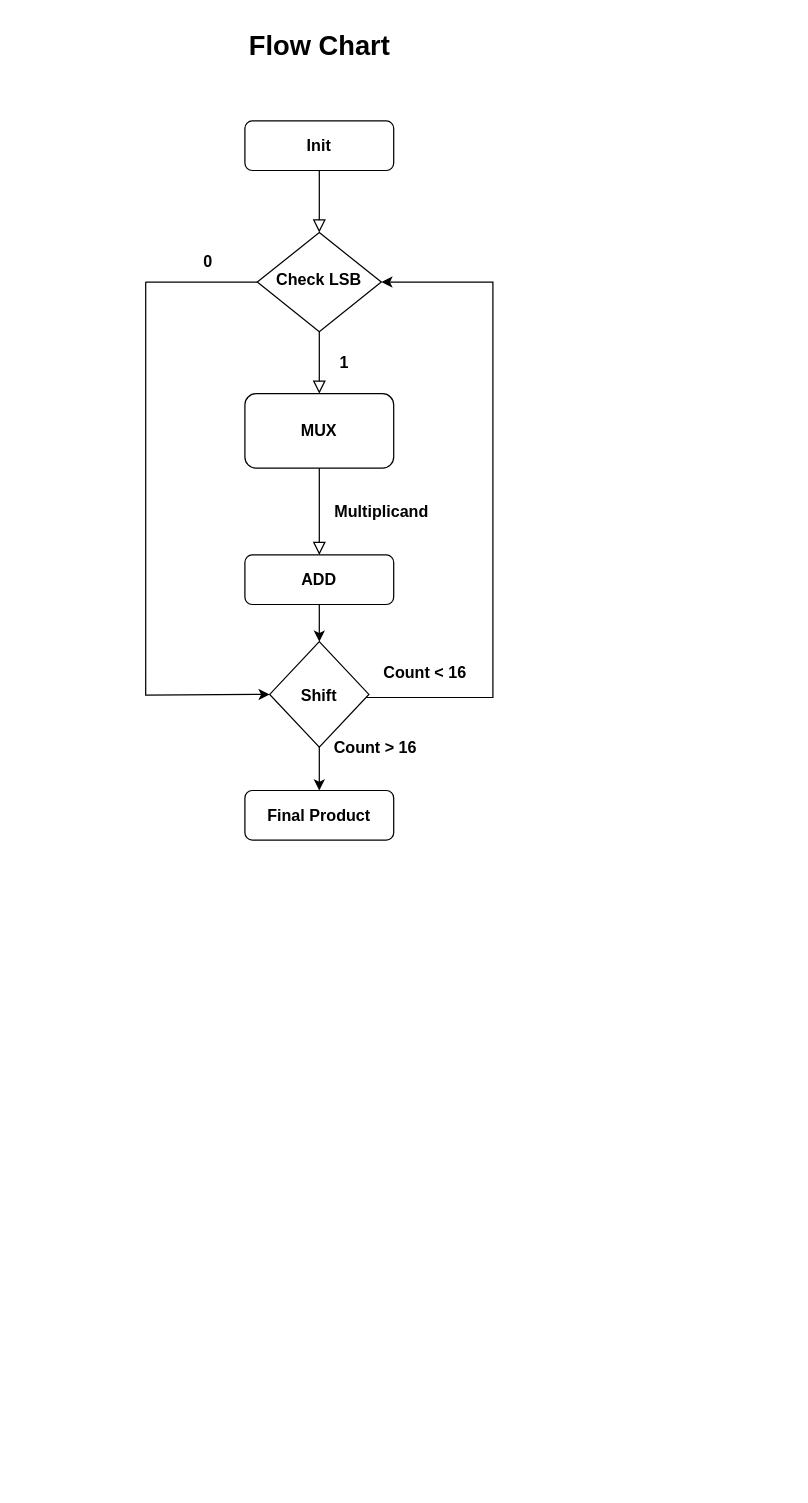
Hamzaweb49/seqmultiplier keeps this draw.io diagram as SeqMul.drawio. Above is the earlier version. Source tidied: cells renumbered, new cells numbered last; positions are measured from the earlier drawing's top-left corner, leaving out a move shared by most shapes. Both pictures are drawn from the tidied source at 124%, with x=0, y=0 at pixel (145, 21).
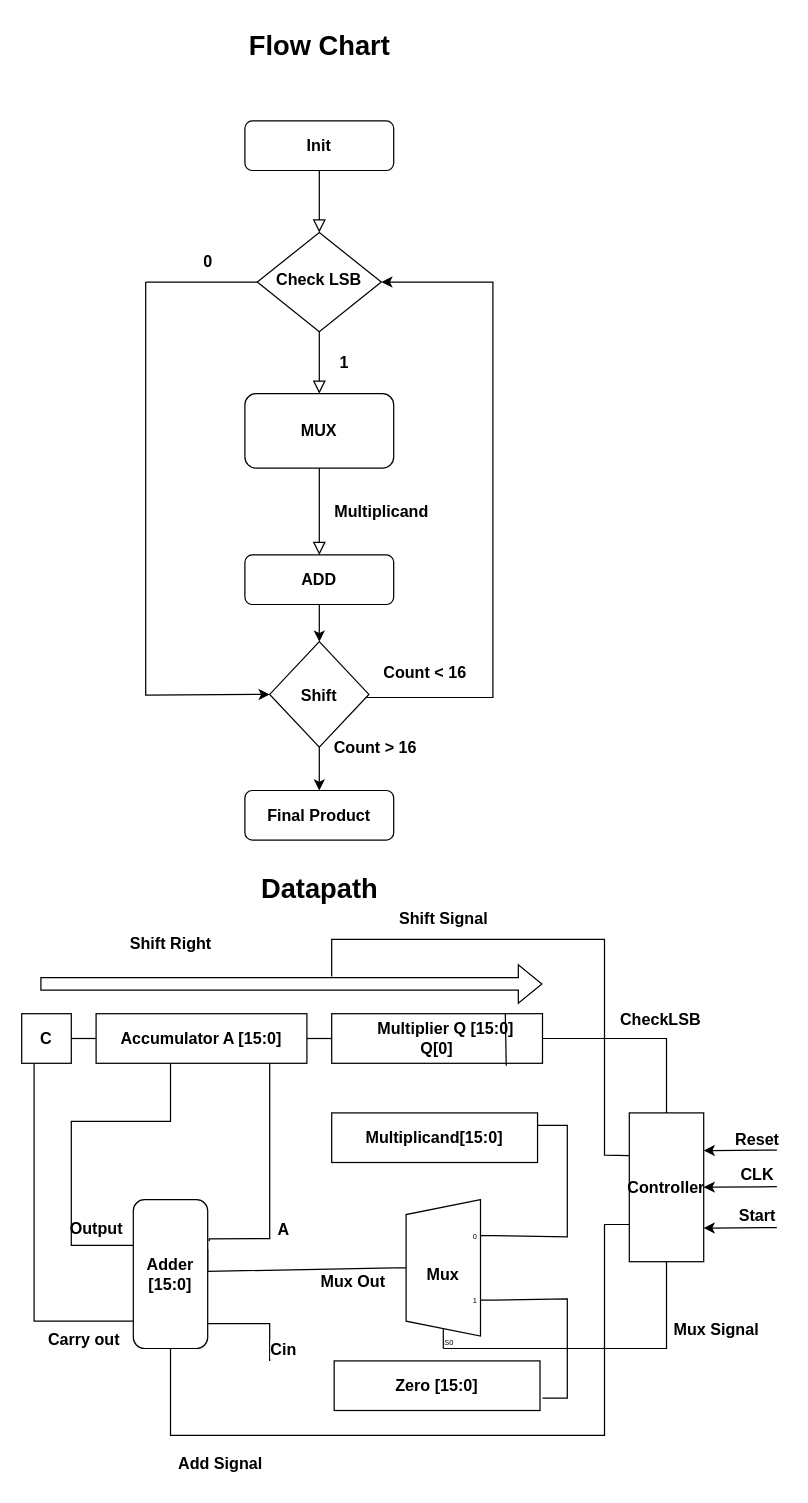
Above is the later version.

Commit message:
Added Datapath diagram

Diff of the diagram source:
```diff
@@
+    <mxCell id="21" value="&lt;b&gt;&lt;font style=&quot;font-size: 22px;&quot;&gt;Datapath&lt;/font&gt;&lt;/b&gt;" style="text;html=1;align=center;verticalAlign=middle;strokeColor=none;fillColor=none;" parent="1" vertex="1">
+      <mxGeometry x="80" y="680" width="120" height="40" as="geometry" />
+    </mxCell>
+    <mxCell id="22" value="&lt;b&gt;&lt;font style=&quot;font-size: 13px;&quot;&gt;C&lt;/font&gt;&lt;/b&gt;" style="rounded=0;whiteSpace=wrap;html=1;" parent="1" vertex="1">
+      <mxGeometry x="-100" y="800" width="40" height="40" as="geometry" />
+    </mxCell>
+    <mxCell id="23" value="&lt;b&gt;&lt;font style=&quot;font-size: 13px;&quot;&gt;Accumulator A [15:0]&lt;/font&gt;&lt;/b&gt;" style="rounded=0;whiteSpace=wrap;html=1;" parent="1" vertex="1">
+      <mxGeometry x="-40" y="800" width="170" height="40" as="geometry" />
+    </mxCell>
+    <mxCell id="24" value="&lt;b&gt;&lt;font style=&quot;font-size: 13px;&quot;&gt;&amp;nbsp; &amp;nbsp; &amp;nbsp; &amp;nbsp;Multiplier Q [15:0]&amp;nbsp; &amp;nbsp; Q[0]&lt;/font&gt;&lt;/b&gt;" style="rounded=0;whiteSpace=wrap;html=1;" parent="1" vertex="1">
+      <mxGeometry x="150" y="800" width="170" height="40" as="geometry" />
+    </mxCell>
+    <mxCell id="25" style="endArrow=none;html=1;rounded=0;exitX=0.828;exitY=1.05;exitDx=0;exitDy=0;exitPerimeter=0;" parent="1" edge="1" source="24">
+      <mxGeometry relative="1" as="geometry">
+        <mxPoint x="290" y="800" as="targetPoint" />
+      </mxGeometry>
+    </mxCell>
+    <mxCell id="26" style="endArrow=none;html=1;rounded=0;" parent="1" edge="1">
+      <mxGeometry relative="1" as="geometry">
+        <mxPoint x="320" y="820" as="sourcePoint" />
+        <mxPoint x="420" y="880" as="targetPoint" />
+        <Array as="points">
+          <mxPoint x="420" y="820" />
+        </Array>
+      </mxGeometry>
+    </mxCell>
+    <mxCell id="27" value="&lt;b&gt;&lt;font style=&quot;font-size: 13px;&quot;&gt;Controller&lt;/font&gt;&lt;/b&gt;" style="rounded=0;whiteSpace=wrap;html=1;direction=south;" parent="1" vertex="1">
+      <mxGeometry x="390" y="880" width="60" height="120" as="geometry" />
+    </mxCell>
+    <mxCell id="28" style="endArrow=none;html=1;rounded=0;exitX=1;exitY=0.5;exitDx=0;exitDy=0;" parent="1" edge="1" source="23">
+      <mxGeometry relative="1" as="geometry">
+        <mxPoint x="150" y="820" as="targetPoint" />
+      </mxGeometry>
+    </mxCell>
+    <mxCell id="29" style="endArrow=none;html=1;rounded=0;exitX=1;exitY=0.5;exitDx=0;exitDy=0;" parent="1" edge="1" source="22">
+      <mxGeometry relative="1" as="geometry">
+        <mxPoint x="-40" y="820" as="targetPoint" />
+      </mxGeometry>
+    </mxCell>
+    <mxCell id="30" style="endArrow=none;html=1;rounded=0;" parent="1" edge="1">
+      <mxGeometry relative="1" as="geometry">
+        <mxPoint x="240" y="1070" as="sourcePoint" />
+        <mxPoint x="420" y="1000" as="targetPoint" />
+        <Array as="points">
+          <mxPoint x="420" y="1070" />
+        </Array>
+      </mxGeometry>
+    </mxCell>
+    <mxCell id="31" value="&lt;font style=&quot;font-size: 13px;&quot;&gt;&lt;b&gt;Mux&lt;/b&gt;&lt;/font&gt;" style="shadow=0;dashed=0;align=center;html=1;strokeWidth=1;shape=mxgraph.electrical.abstract.mux2;operation=demux;whiteSpace=wrap;" parent="1" vertex="1">
+      <mxGeometry x="200" y="950" width="80" height="120" as="geometry" />
+    </mxCell>
+    <mxCell id="32" value="&lt;b&gt;&lt;font style=&quot;font-size: 13px;&quot;&gt;Multiplicand[15:0]&lt;/font&gt;&lt;/b&gt;" style="rounded=0;whiteSpace=wrap;html=1;" parent="1" vertex="1">
+      <mxGeometry x="150" y="880" width="166" height="40" as="geometry" />
+    </mxCell>
+    <mxCell id="33" style="endArrow=none;html=1;rounded=0;entryX=1;entryY=0.25;entryDx=0;entryDy=0;exitX=1;exitY=0.21666666666666667;exitDx=0;exitDy=3;exitPerimeter=0;" parent="1" edge="1" source="31" target="32">
+      <mxGeometry relative="1" as="geometry">
+        <Array as="points">
+          <mxPoint x="340" y="980" />
+          <mxPoint x="340" y="930" />
+          <mxPoint x="340" y="890" />
+        </Array>
+      </mxGeometry>
+    </mxCell>
+    <mxCell id="34" value="&lt;b&gt;&lt;font style=&quot;font-size: 13px;&quot;&gt;Zero [15:0]&lt;/font&gt;&lt;/b&gt;" style="rounded=0;whiteSpace=wrap;html=1;" parent="1" vertex="1">
+      <mxGeometry x="152" y="1080" width="166" height="40" as="geometry" />
+    </mxCell>
+    <mxCell id="35" style="endArrow=none;html=1;rounded=0;entryX=1;entryY=0.65;entryDx=0;entryDy=3;entryPerimeter=0;" parent="1" edge="1" target="31">
+      <mxGeometry relative="1" as="geometry">
+        <mxPoint x="330" y="1110" as="sourcePoint" />
+        <Array as="points">
+          <mxPoint x="320" y="1110" />
+          <mxPoint x="340" y="1110" />
+          <mxPoint x="340" y="1030" />
+        </Array>
+      </mxGeometry>
+    </mxCell>
+    <mxCell id="36" style="endArrow=none;html=1;rounded=0;exitX=0.56;exitY=0;exitDx=0;exitDy=0;exitPerimeter=0;entryX=0;entryY=0.4583333333333333;entryDx=0;entryDy=0;entryPerimeter=0;" parent="1" edge="1" target="31">
+      <mxGeometry relative="1" as="geometry">
+        <mxPoint x="50" y="990" as="sourcePoint" />
+        <Array as="points">
+          <mxPoint x="50" y="1007.8" />
+        </Array>
+      </mxGeometry>
+    </mxCell>
+    <mxCell id="37" value="&lt;b&gt;&lt;font style=&quot;font-size: 13px;&quot;&gt;Mux Out&lt;/font&gt;&lt;/b&gt;" style="edgeLabel;html=1;align=center;verticalAlign=middle;" parent="36" vertex="1">
+      <mxGeometry x="0.6" y="-10" relative="1" as="geometry" />
+    </mxCell>
+    <mxCell id="38" value="&lt;b&gt;&lt;font style=&quot;font-size: 13px;&quot;&gt;Adder&lt;br&gt;[15:0]&lt;/font&gt;&lt;/b&gt;" style="rounded=1;whiteSpace=wrap;html=1;direction=south;" parent="1" vertex="1">
+      <mxGeometry x="-10" y="950" width="60" height="120" as="geometry" />
+    </mxCell>
+    <mxCell id="39" style="endArrow=none;html=1;rounded=0;exitX=0.56;exitY=0;exitDx=0;exitDy=0;exitPerimeter=0;" parent="1" edge="1">
+      <mxGeometry relative="1" as="geometry">
+        <mxPoint x="51.2" y="983.6" as="sourcePoint" />
+        <mxPoint x="100" y="840" as="targetPoint" />
+        <Array as="points">
+          <mxPoint x="51.2" y="981.6" />
+          <mxPoint x="100" y="981.4" />
+        </Array>
+      </mxGeometry>
+    </mxCell>
+    <mxCell id="40" value="&lt;b&gt;&lt;font style=&quot;font-size: 13px;&quot;&gt;A&lt;/font&gt;&lt;/b&gt;" style="edgeLabel;html=1;align=center;verticalAlign=middle;" parent="39" vertex="1">
+      <mxGeometry x="-0.4" y="-10" relative="1" as="geometry">
+        <mxPoint y="-1" as="offset" />
+      </mxGeometry>
+    </mxCell>
+    <mxCell id="41" style="endArrow=none;html=1;rounded=0;" parent="1" edge="1">
+      <mxGeometry relative="1" as="geometry">
+        <mxPoint x="50" y="1050" as="sourcePoint" />
+        <mxPoint x="100" y="1080" as="targetPoint" />
+        <Array as="points">
+          <mxPoint x="100" y="1050" />
+        </Array>
+      </mxGeometry>
+    </mxCell>
+    <mxCell id="42" value="&lt;b&gt;&lt;font style=&quot;font-size: 13px;&quot;&gt;Cin&lt;/font&gt;&lt;/b&gt;" style="edgeLabel;html=1;align=center;verticalAlign=middle;" parent="41" vertex="1">
+      <mxGeometry x="0.69" y="8" relative="1" as="geometry">
+        <mxPoint x="2" y="2" as="offset" />
+      </mxGeometry>
+    </mxCell>
+    <mxCell id="43" style="endArrow=none;html=1;rounded=0;" parent="1" edge="1">
+      <mxGeometry relative="1" as="geometry">
+        <mxPoint x="20" y="840" as="sourcePoint" />
+        <mxPoint x="-10" y="986.8" as="targetPoint" />
+        <Array as="points">
+          <mxPoint x="20" y="886.8" />
+          <mxPoint x="-60" y="886.8" />
+          <mxPoint x="-60" y="946.8" />
+          <mxPoint x="-60" y="986.8" />
+        </Array>
+      </mxGeometry>
+    </mxCell>
+    <mxCell id="44" style="endArrow=none;html=1;rounded=0;exitX=0.25;exitY=1;exitDx=0;exitDy=0;" parent="1" edge="1" source="22">
+      <mxGeometry relative="1" as="geometry">
+        <mxPoint x="-20" y="1048" as="targetPoint" />
+        <Array as="points">
+          <mxPoint x="-90" y="887" />
+          <mxPoint x="-90" y="948" />
+          <mxPoint x="-90" y="987" />
+          <mxPoint x="-90" y="1018" />
+          <mxPoint x="-90" y="1038" />
+          <mxPoint x="-90" y="1048" />
+          <mxPoint x="-20" y="1048" />
+          <mxPoint x="-10" y="1048" />
+        </Array>
+      </mxGeometry>
+    </mxCell>
+    <mxCell id="45" style="endArrow=classic;html=1;rounded=0;entryX=0.503;entryY=-0.133;entryDx=0;entryDy=0;entryPerimeter=0;" parent="1" edge="1">
+      <mxGeometry relative="1" as="geometry">
+        <mxPoint x="509" y="939.5" as="sourcePoint" />
+        <mxPoint x="450" y="939.9" as="targetPoint" />
+      </mxGeometry>
+    </mxCell>
+    <mxCell id="46" value="&lt;b&gt;&lt;font style=&quot;font-size: 13px;&quot;&gt;CLK&lt;/font&gt;&lt;/b&gt;" style="edgeLabel;html=1;align=center;verticalAlign=middle;" parent="45" vertex="1">
+      <mxGeometry x="-0.45" y="-9" relative="1" as="geometry">
+        <mxPoint y="-1" as="offset" />
+      </mxGeometry>
+    </mxCell>
+    <mxCell id="47" value="&lt;b&gt;&lt;font style=&quot;font-size: 13px;&quot;&gt;CheckLSB&lt;/font&gt;&lt;/b&gt;" style="text;html=1;align=center;verticalAlign=middle;strokeColor=none;fillColor=none;" parent="1" vertex="1">
+      <mxGeometry x="370" y="790" width="90" height="30" as="geometry" />
+    </mxCell>
+    <mxCell id="48" value="&lt;b&gt;&lt;font style=&quot;font-size: 13px;&quot;&gt;Mux Signal&lt;/font&gt;&lt;/b&gt;" style="text;html=1;align=center;verticalAlign=middle;strokeColor=none;fillColor=none;" parent="1" vertex="1">
+      <mxGeometry x="415" y="1040" width="90" height="30" as="geometry" />
+    </mxCell>
+    <mxCell id="49" style="endArrow=none;html=1;rounded=0;exitX=0.75;exitY=1;exitDx=0;exitDy=0;entryX=1;entryY=0.5;entryDx=0;entryDy=0;" parent="1" edge="1" source="27" target="38">
+      <mxGeometry relative="1" as="geometry">
+        <Array as="points">
+          <mxPoint x="370" y="970" />
+          <mxPoint x="370" y="1140" />
+          <mxPoint x="20" y="1140" />
+        </Array>
+      </mxGeometry>
+    </mxCell>
+    <mxCell id="50" value="&lt;b&gt;&lt;font style=&quot;font-size: 13px;&quot;&gt;Output&lt;/font&gt;&lt;/b&gt;" style="text;html=1;align=center;verticalAlign=middle;strokeColor=none;fillColor=none;" parent="1" vertex="1">
+      <mxGeometry x="-75" y="958" width="70" height="30" as="geometry" />
+    </mxCell>
+    <mxCell id="51" value="&lt;b&gt;&lt;font style=&quot;font-size: 13px;&quot;&gt;Carry out&lt;/font&gt;&lt;/b&gt;" style="text;html=1;align=center;verticalAlign=middle;strokeColor=none;fillColor=none;" parent="1" vertex="1">
+      <mxGeometry x="-90" y="1048" width="80" height="30" as="geometry" />
+    </mxCell>
+    <mxCell id="52" value="&lt;b&gt;&lt;font style=&quot;font-size: 13px;&quot;&gt;Add Signal&lt;/font&gt;&lt;/b&gt;" style="text;html=1;align=center;verticalAlign=middle;strokeColor=none;fillColor=none;" parent="1" vertex="1">
+      <mxGeometry x="15" y="1148" width="90" height="30" as="geometry" />
+    </mxCell>
+    <mxCell id="53" style="shape=flexArrow;endArrow=classic;html=1;rounded=0;" parent="1" edge="1">
+      <mxGeometry relative="1" as="geometry">
+        <mxPoint x="-85" y="776" as="sourcePoint" />
+        <mxPoint x="320" y="776" as="targetPoint" />
+      </mxGeometry>
+    </mxCell>
+    <mxCell id="54" value="&lt;b&gt;&lt;font style=&quot;font-size: 13px;&quot;&gt;Shift Right&lt;/font&gt;&lt;/b&gt;" style="text;html=1;align=center;verticalAlign=middle;strokeColor=none;fillColor=none;" parent="1" vertex="1">
+      <mxGeometry x="-25" y="728" width="90" height="30" as="geometry" />
+    </mxCell>
+    <mxCell id="55" style="endArrow=classic;html=1;rounded=0;entryX=0.503;entryY=-0.133;entryDx=0;entryDy=0;entryPerimeter=0;" parent="1" edge="1">
+      <mxGeometry relative="1" as="geometry">
+        <mxPoint x="509" y="972.5" as="sourcePoint" />
+        <mxPoint x="450" y="972.9" as="targetPoint" />
+      </mxGeometry>
+    </mxCell>
+    <mxCell id="56" value="&lt;b&gt;&lt;font style=&quot;font-size: 13px;&quot;&gt;Start&lt;/font&gt;&lt;/b&gt;" style="edgeLabel;html=1;align=center;verticalAlign=middle;" parent="55" vertex="1">
+      <mxGeometry x="-0.45" y="-9" relative="1" as="geometry">
+        <mxPoint y="-1" as="offset" />
+      </mxGeometry>
+    </mxCell>
+    <mxCell id="57" style="endArrow=classic;html=1;rounded=0;entryX=0.503;entryY=-0.133;entryDx=0;entryDy=0;entryPerimeter=0;" parent="1" edge="1">
+      <mxGeometry relative="1" as="geometry">
+        <mxPoint x="509" y="910" as="sourcePoint" />
+        <mxPoint x="450" y="910.4" as="targetPoint" />
+      </mxGeometry>
+    </mxCell>
+    <mxCell id="58" value="&lt;b&gt;&lt;font style=&quot;font-size: 13px;&quot;&gt;Reset&lt;/font&gt;&lt;/b&gt;" style="edgeLabel;html=1;align=center;verticalAlign=middle;" parent="57" vertex="1">
+      <mxGeometry x="-0.45" y="-9" relative="1" as="geometry">
+        <mxPoint y="-1" as="offset" />
+      </mxGeometry>
+    </mxCell>
+    <mxCell id="59" style="endArrow=none;html=1;rounded=0;entryX=0.37;entryY=1;entryDx=0;entryDy=0;entryPerimeter=0;" parent="1" edge="1">
+      <mxGeometry relative="1" as="geometry">
+        <mxPoint x="150" y="770" as="sourcePoint" />
+        <mxPoint x="390" y="914.4" as="targetPoint" />
+        <Array as="points">
+          <mxPoint x="150" y="740" />
+          <mxPoint x="370" y="740" />
+          <mxPoint x="370" y="850" />
+          <mxPoint x="370" y="914" />
+        </Array>
+      </mxGeometry>
+    </mxCell>
+    <mxCell id="60" value="&lt;b&gt;&lt;font style=&quot;font-size: 13px;&quot;&gt;Shift Signal&lt;/font&gt;&lt;/b&gt;" style="text;html=1;align=center;verticalAlign=middle;strokeColor=none;fillColor=none;" parent="1" vertex="1">
+      <mxGeometry x="195" y="708" width="90" height="30" as="geometry" />
+    </mxCell>
```
